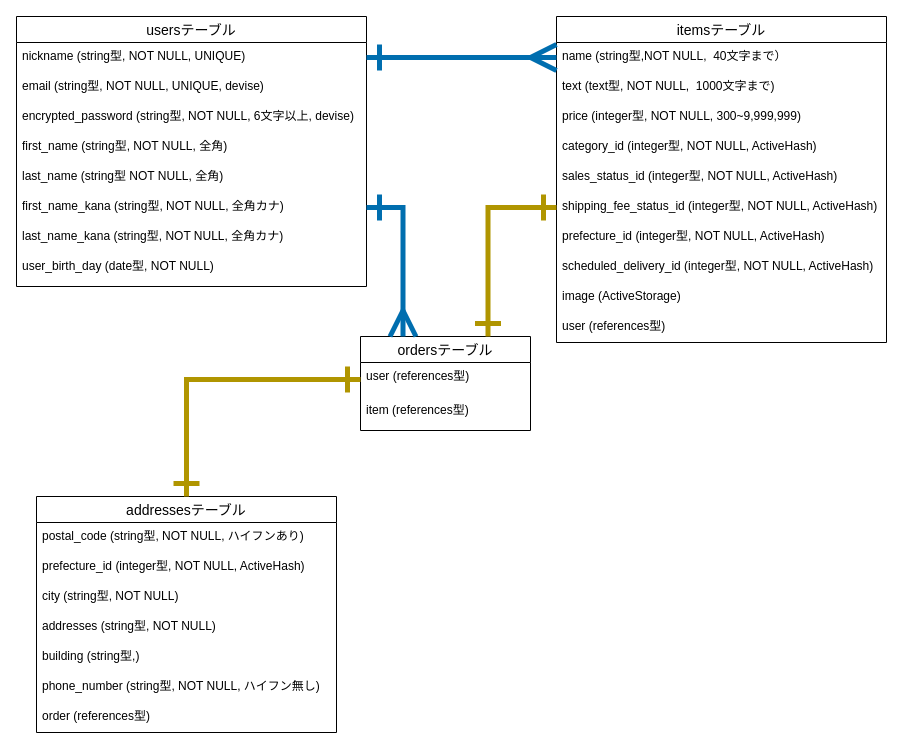
This is furima-33458.dio from fujiidan/furima-33458, a draw.io file, before an edit. Source tidied: cells renumbered, new cells numbered last; positions are measured from the earlier drawing's top-left corner, leaving out a move shared by most shapes. Both pictures are drawn from the tidied source at 100%, with x=0, y=0 at pixel (16, 16).
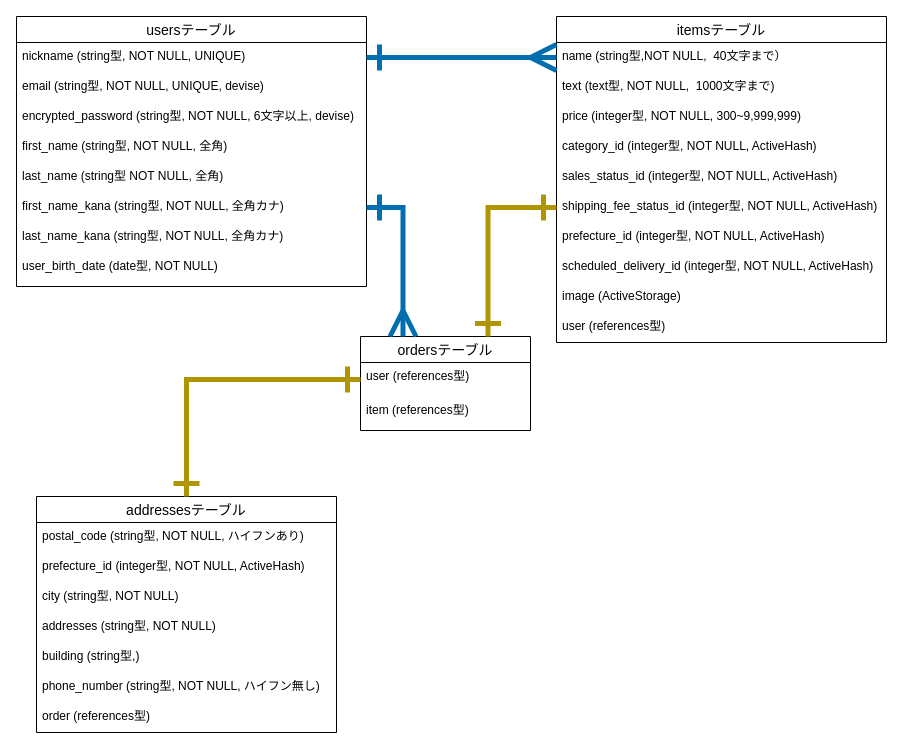
Above is the later version.

The change refers to these unchanged cells:
```xml
<mxCell id="24" value="usersテーブル" style="swimlane;fontStyle=0;horizontal=1;startSize=26;align=center;fontSize=14;" parent="1" vertex="1">
  <mxGeometry width="350" height="270" as="geometry" />
</mxCell>
```

Change to the diagram source:
```diff
@@
-    <mxCell id="32" value="user_birth_day (date型, NOT NULL)" style="text;strokeColor=none;fillColor=none;spacingLeft=4;spacingRight=4;overflow=hidden;fontSize=12;" parent="24" vertex="1">
+    <mxCell id="32" value="user_birth_date (date型, NOT NULL)" style="text;strokeColor=none;fillColor=none;spacingLeft=4;spacingRight=4;overflow=hidden;fontSize=12;" parent="24" vertex="1">
       <mxGeometry y="236" width="350" height="34" as="geometry" />
     </mxCell>
```
